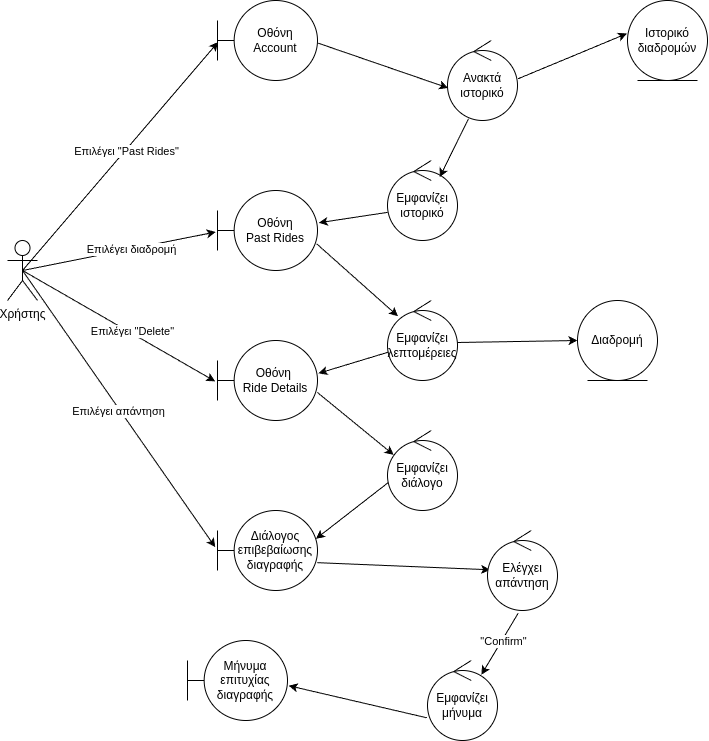
The draw.io diagram reports/view-past-rides-robustness.drawio.png in YannisRavasopoulos/ProjectSD_S6, before a commit. Source tidied: cells renumbered, new cells last; positions are measured from the earlier drawing's top-left corner, leaving out a move shared by most shapes.
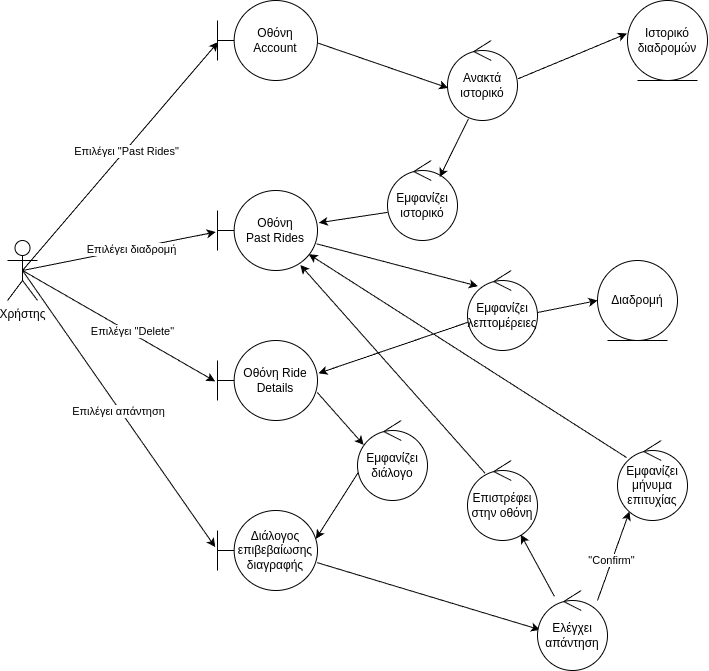
The same diagram one commit later.

The edit, as a diff of the source:
```diff
@@ -5,7 +5,7 @@
     <mxCell id="2" value="Οθόνη&lt;br&gt;Past Rides" style="shape=umlBoundary;whiteSpace=wrap;html=1;" parent="1" vertex="1">
       <mxGeometry x="210" y="190" width="100" height="80" as="geometry" />
     </mxCell>
-    <mxCell id="3" value="&lt;div&gt;Ανακτά&lt;br&gt;ιστορικό&lt;/div&gt;" style="ellipse;shape=umlControl;whiteSpace=wrap;html=1;" parent="1" vertex="1">
+    <mxCell id="3" value="Ανακτά ιστορικό" style="ellipse;shape=umlControl;whiteSpace=wrap;html=1;" parent="1" vertex="1">
       <mxGeometry x="440" y="40" width="70" height="80" as="geometry" />
     </mxCell>
     <mxCell id="4" style="endArrow=classic;html=1;rounded=0;exitX=1.006;exitY=0.533;exitDx=0;exitDy=0;exitPerimeter=0;entryX=0.009;entryY=0.593;entryDx=0;entryDy=0;entryPerimeter=0;" parent="1" edge="1" source="7" target="3">
@@ -41,11 +41,11 @@
     <mxCell id="14" value="Επιλέγει διαδρομή" style="edgeLabel;html=1;align=center;verticalAlign=middle;" parent="13" vertex="1">
       <mxGeometry x="0.12" relative="1" as="geometry" />
     </mxCell>
-    <mxCell id="15" value="&lt;div&gt;Οθόνη&amp;nbsp;&lt;/div&gt;&lt;div&gt;Ride Details&lt;/div&gt;" style="shape=umlBoundary;whiteSpace=wrap;html=1;" parent="1" vertex="1">
+    <mxCell id="15" value="Οθόνη Ride Details" style="shape=umlBoundary;whiteSpace=wrap;html=1;" parent="1" vertex="1">
       <mxGeometry x="210" y="340" width="100" height="80" as="geometry" />
     </mxCell>
     <mxCell id="16" value="Εμφανίζει&lt;br&gt;λεπτομέρειες" style="ellipse;shape=umlControl;whiteSpace=wrap;html=1;" parent="1" vertex="1">
-      <mxGeometry x="380" y="300" width="70" height="80" as="geometry" />
+      <mxGeometry x="460" y="270" width="70" height="80" as="geometry" />
     </mxCell>
     <mxCell id="17" style="endArrow=classic;html=1;rounded=0;exitX=0.992;exitY=0.667;exitDx=0;exitDy=0;exitPerimeter=0;entryX=0.149;entryY=0.196;entryDx=0;entryDy=0;entryPerimeter=0;" parent="1" edge="1" source="2" target="16">
       <mxGeometry relative="1" as="geometry" />
@@ -56,7 +56,7 @@
     <mxCell id="19" value="Χρήστης" style="shape=umlActor;verticalLabelPosition=bottom;verticalAlign=top;html=1;" parent="1" vertex="1">
       <mxGeometry y="240" width="30" height="60" as="geometry" />
     </mxCell>
-    <mxCell id="20" value="&lt;div&gt;Διάλογος &lt;br&gt;&lt;/div&gt;&lt;div&gt;επιβεβαίωσης&lt;/div&gt;&lt;div&gt;διαγραφής&lt;/div&gt;" style="shape=umlBoundary;whiteSpace=wrap;html=1;" parent="1" vertex="1">
+    <mxCell id="20" value="Διάλογος επιβεβαίωσης διαγραφής" style="shape=umlBoundary;whiteSpace=wrap;html=1;" parent="1" vertex="1">
       <mxGeometry x="210" y="510" width="100" height="80" as="geometry" />
     </mxCell>
     <mxCell id="21" style="endArrow=classic;html=1;rounded=0;exitX=0.5;exitY=0.5;exitDx=0;exitDy=0;exitPerimeter=0;entryX=-0.023;entryY=0.511;entryDx=0;entryDy=0;entryPerimeter=0;" parent="1" edge="1" source="19" target="15">
@@ -68,8 +68,8 @@
     <mxCell id="23" style="endArrow=classic;html=1;rounded=0;exitX=0.997;exitY=0.648;exitDx=0;exitDy=0;exitPerimeter=0;entryX=0.088;entryY=0.305;entryDx=0;entryDy=0;entryPerimeter=0;" parent="1" edge="1" source="15" target="24">
       <mxGeometry relative="1" as="geometry" />
     </mxCell>
-    <mxCell id="24" value="&lt;div&gt;Εμφανίζει&lt;/div&gt;&lt;div&gt;διάλογο&lt;/div&gt;" style="ellipse;shape=umlControl;whiteSpace=wrap;html=1;" parent="1" vertex="1">
-      <mxGeometry x="380" y="430" width="70" height="80" as="geometry" />
+    <mxCell id="24" value="Εμφανίζει διάλογο" style="ellipse;shape=umlControl;whiteSpace=wrap;html=1;" parent="1" vertex="1">
+      <mxGeometry x="350" y="420" width="70" height="80" as="geometry" />
     </mxCell>
     <mxCell id="25" style="endArrow=classic;html=1;rounded=0;exitX=0.009;exitY=0.652;exitDx=0;exitDy=0;exitPerimeter=0;entryX=0.984;entryY=0.354;entryDx=0;entryDy=0;entryPerimeter=0;" parent="1" edge="1" source="24" target="20">
       <mxGeometry relative="1" as="geometry" />
@@ -83,29 +83,35 @@
     <mxCell id="28" style="endArrow=classic;html=1;rounded=0;exitX=0.997;exitY=0.652;exitDx=0;exitDy=0;exitPerimeter=0;entryX=0.037;entryY=0.491;entryDx=0;entryDy=0;entryPerimeter=0;" parent="1" edge="1" source="20" target="29">
       <mxGeometry relative="1" as="geometry" />
     </mxCell>
-    <mxCell id="29" value="Ελέγχει&lt;div&gt;απάντηση&lt;/div&gt;" style="ellipse;shape=umlControl;whiteSpace=wrap;html=1;" parent="1" vertex="1">
-      <mxGeometry x="480" y="530" width="70" height="80" as="geometry" />
+    <mxCell id="29" value="Ελέγχει απάντηση" style="ellipse;shape=umlControl;whiteSpace=wrap;html=1;" parent="1" vertex="1">
+      <mxGeometry x="530" y="590" width="70" height="80" as="geometry" />
     </mxCell>
-    <mxCell id="30" style="endArrow=classic;html=1;rounded=0;exitX=0.437;exitY=1.036;exitDx=0;exitDy=0;exitPerimeter=0;entryX=0.77;entryY=0.178;entryDx=0;entryDy=0;entryPerimeter=0;" parent="1" edge="1" source="29" target="32">
+    <mxCell id="30" style="endArrow=classic;html=1;rounded=0;exitX=0.857;exitY=0.125;exitDx=0;exitDy=0;exitPerimeter=0;entryX=0.171;entryY=0.888;entryDx=0;entryDy=0;entryPerimeter=0;" parent="1" edge="1" source="29" target="32">
       <mxGeometry relative="1" as="geometry" />
     </mxCell>
     <mxCell id="31" value="&quot;Confirm&quot;" style="edgeLabel;html=1;align=center;verticalAlign=middle;" parent="30" vertex="1">
       <mxGeometry x="-0.1" y="1" relative="1" as="geometry" />
     </mxCell>
-    <mxCell id="32" value="Εμφανίζει&lt;br&gt;μήνυμα" style="ellipse;shape=umlControl;whiteSpace=wrap;html=1;" parent="1" vertex="1">
-      <mxGeometry x="420" y="660" width="70" height="80" as="geometry" />
+    <mxCell id="32" value="Εμφανίζει&lt;br&gt;μήνυμα επιτυχίας" style="ellipse;shape=umlControl;whiteSpace=wrap;html=1;" parent="1" vertex="1">
+      <mxGeometry x="610" y="440" width="70" height="80" as="geometry" />
     </mxCell>
-    <mxCell id="33" value="Μήνυμα&lt;br&gt;επιτυχίας&lt;br&gt;διαγραφής" style="shape=umlBoundary;whiteSpace=wrap;html=1;" parent="1" vertex="1">
-      <mxGeometry x="180" y="640" width="100" height="80" as="geometry" />
-    </mxCell>
-    <mxCell id="34" style="endArrow=classic;html=1;rounded=0;exitX=-0.01;exitY=0.716;exitDx=0;exitDy=0;exitPerimeter=0;entryX=1.012;entryY=0.565;entryDx=0;entryDy=0;entryPerimeter=0;" parent="1" edge="1" source="32" target="33">
+    <mxCell id="34" style="endArrow=classic;html=1;rounded=0;exitX=0.129;exitY=0.213;exitDx=0;exitDy=0;exitPerimeter=0;entryX=0.912;entryY=0.796;entryDx=0;entryDy=0;entryPerimeter=0;" parent="1" edge="1" source="32" target="2">
       <mxGeometry relative="1" as="geometry" />
     </mxCell>
     <mxCell id="35" value="Διαδρομή" style="ellipse;shape=umlEntity;whiteSpace=wrap;html=1;" parent="1" vertex="1">
-      <mxGeometry x="570" y="300" width="80" height="80" as="geometry" />
+      <mxGeometry x="590" y="260" width="80" height="80" as="geometry" />
     </mxCell>
     <mxCell id="36" style="endArrow=classic;html=1;exitX=1;exitY=0.525;exitDx=0;exitDy=0;exitPerimeter=0;entryX=0;entryY=0.5;entryDx=0;entryDy=0;" parent="1" edge="1" source="16" target="35">
       <mxGeometry relative="1" as="geometry" />
     </mxCell>
+    <mxCell id="37" value="Επιστρέφει στην οθόνη" style="ellipse;shape=umlControl;whiteSpace=wrap;html=1;" parent="1" vertex="1">
+      <mxGeometry x="460" y="460" width="70" height="80" as="geometry" />
+    </mxCell>
+    <mxCell id="38" style="endArrow=classic;html=1;" parent="1" edge="1" source="29" target="37">
+      <mxGeometry relative="1" as="geometry" />
+    </mxCell>
+    <mxCell id="39" style="endArrow=classic;html=1;exitX=0.249;exitY=0.158;exitDx=0;exitDy=0;exitPerimeter=0;entryX=0.828;entryY=0.931;entryDx=0;entryDy=0;entryPerimeter=0;" parent="1" edge="1" source="37" target="2">
+      <mxGeometry relative="1" as="geometry" />
+    </mxCell>
   </root>
 </mxGraphModel>
```
